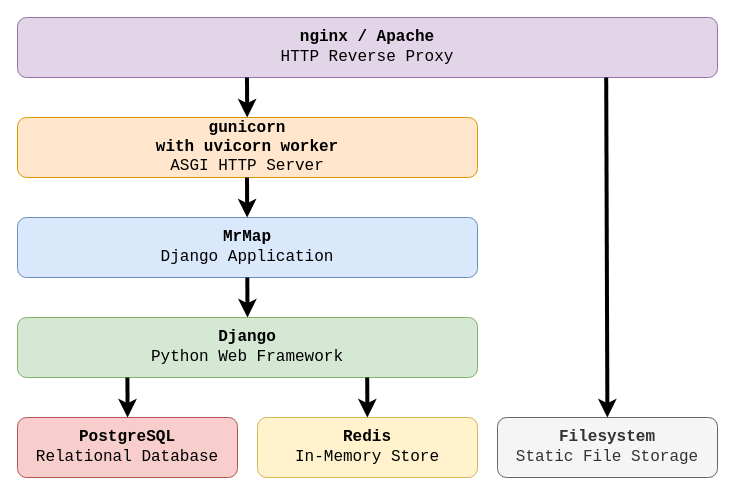
The draw.io diagram docs/source/images/app_stack.drawio in mrmap-community/mrmap, before the edit. Source tidied: cells renumbered, new cells numbered last; positions are measured from the earlier drawing's top-left corner, leaving out a move shared by most shapes. Both pictures are drawn from the tidied source at 100%, with x=0, y=0 at pixel (17, 17).
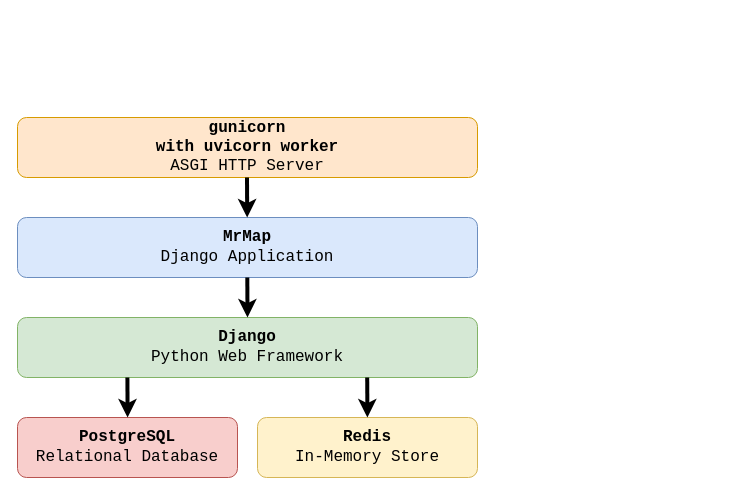
Above is the later version.

Change to the diagram source:
```diff
@@
-    <mxCell id="2" value="&lt;div style=&quot;font-size: 16px&quot;&gt;&lt;font&gt;&lt;b style=&quot;font-size: 16px&quot;&gt;&lt;font style=&quot;font-size: 16px&quot;&gt;nginx / Apache&lt;/font&gt;&lt;/b&gt;&lt;/font&gt;&lt;/div&gt;&lt;div style=&quot;font-size: 16px&quot;&gt;&lt;font style=&quot;font-size: 16px&quot;&gt;HTTP Reverse Proxy&lt;br style=&quot;font-size: 16px&quot;&gt;&lt;/font&gt;&lt;/div&gt;" style="rounded=1;whiteSpace=wrap;html=1;fillColor=#e1d5e7;strokeColor=#9673a6;fontFamily=Courier New;fontSize=16;" parent="1" vertex="1">
-      <mxGeometry width="700" height="60" as="geometry" />
-    </mxCell>
@@
-    <mxCell id="7" value="&lt;div style=&quot;font-size: 16px&quot;&gt;&lt;b&gt;Filesystem&lt;/b&gt;&lt;/div&gt;&lt;div style=&quot;font-size: 16px&quot;&gt;&lt;font&gt;Static File Storage&lt;/font&gt;&lt;font style=&quot;font-size: 16px&quot;&gt;&lt;br style=&quot;font-size: 16px&quot;&gt;&lt;/font&gt;&lt;/div&gt;" style="rounded=1;whiteSpace=wrap;html=1;fillColor=#f5f5f5;strokeColor=#666666;fontFamily=Courier New;fontSize=16;fontColor=#333333;" parent="1" vertex="1">
-      <mxGeometry x="480" y="400" width="220" height="60" as="geometry" />
-    </mxCell>
@@
-    <mxCell id="11" style="endArrow=classic;html=1;fontFamily=Verdana;fontSize=16;entryX=0.5;entryY=0;entryDx=0;entryDy=0;exitX=0.841;exitY=1;exitDx=0;exitDy=0;exitPerimeter=0;strokeWidth=4;" parent="1" edge="1" source="2">
-      <mxGeometry relative="1" as="geometry">
-        <mxPoint x="589.9" y="400" as="targetPoint" />
-      </mxGeometry>
-    </mxCell>
@@
-    <mxCell id="14" style="endArrow=classic;html=1;fontFamily=Verdana;fontSize=16;entryX=0.5;entryY=0;entryDx=0;entryDy=0;exitX=0.214;exitY=1;exitDx=0;exitDy=0;exitPerimeter=0;strokeWidth=4;" parent="1" edge="1">
-      <mxGeometry relative="1" as="geometry">
-        <mxPoint x="229.5" y="60" as="sourcePoint" />
-        <mxPoint x="229.7" y="100" as="targetPoint" />
-      </mxGeometry>
-    </mxCell>
```
